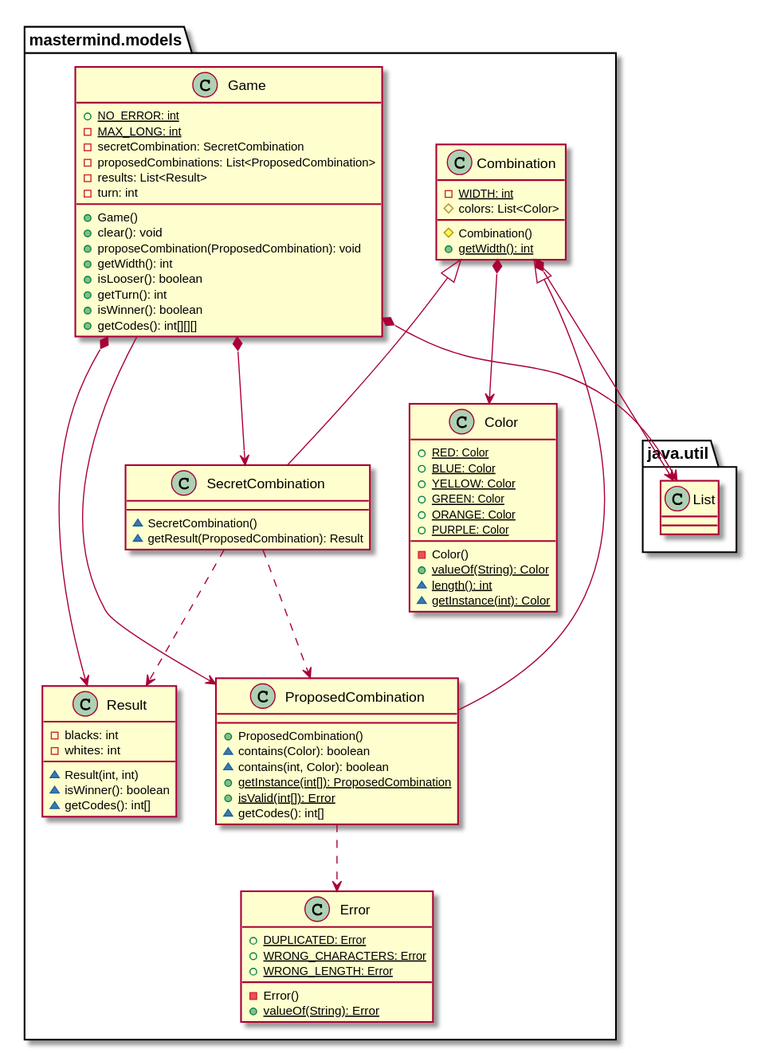
The PlantUML diagram docs/build/docs/asciidoc/images/paqueteMastermindModel.svg in amartinm82/mastermind, before a commit. Source of this version:
```plantuml
@startuml

class  mastermind.models.Color{
+ {static} RED: Color
+ {static} BLUE: Color
+ {static} YELLOW: Color
+ {static} GREEN: Color
+ {static} ORANGE: Color
+ {static} PURPLE: Color
- Color()
+ {static} valueOf(String): Color
~ {static} length(): int
~ {static} getInstance(int): Color
}

class  mastermind.models.Combination{
- {static} WIDTH: int
# colors: List<Color>
# Combination()
+ {static} getWidth(): int
}
mastermind.models.Combination *-down-> java.util.List
mastermind.models.Combination *-down-> mastermind.models.Color

class  mastermind.models.Error{
+ {static} DUPLICATED: Error
+ {static} WRONG_CHARACTERS: Error
+ {static} WRONG_LENGTH: Error
- Error()
+ {static} valueOf(String): Error
}

class  mastermind.models.Game{
+ {static} NO_ERROR: int
- {static} MAX_LONG: int
- secretCombination: SecretCombination
- proposedCombinations: List<ProposedCombination>
- results: List<Result>
- turn: int
+ Game()
+ clear(): void
+ proposeCombination(ProposedCombination): void
+ getWidth(): int
+ isLooser(): boolean
+ getTurn(): int
+ isWinner(): boolean
+ getCodes(): int[][][]
}
mastermind.models.Game *-down-> java.util.List
mastermind.models.Game *-down-> mastermind.models.SecretCombination
mastermind.models.Game *-down-> mastermind.models.Result
mastermind.models.Game --> mastermind.models.ProposedCombination

class  mastermind.models.ProposedCombination{
+ ProposedCombination()
~ contains(Color): boolean
~ contains(int, Color): boolean
+ {static} getInstance(int[]): ProposedCombination
+ {static} isValid(int[]): Error
~ getCodes(): int[]
}
mastermind.models.Combination <|-down- mastermind.models.ProposedCombination
mastermind.models.ProposedCombination ..> mastermind.models.Error

class  mastermind.models.Result{
- blacks: int
- whites: int
~ Result(int, int)
~ isWinner(): boolean
~ getCodes(): int[]
}

class  mastermind.models.SecretCombination{
~ SecretCombination()
~ getResult(ProposedCombination): Result
}
mastermind.models.Combination <|-down- mastermind.models.SecretCombination
mastermind.models.SecretCombination ..> mastermind.models.Result
mastermind.models.SecretCombination ..> mastermind.models.ProposedCombination

@enduml
```
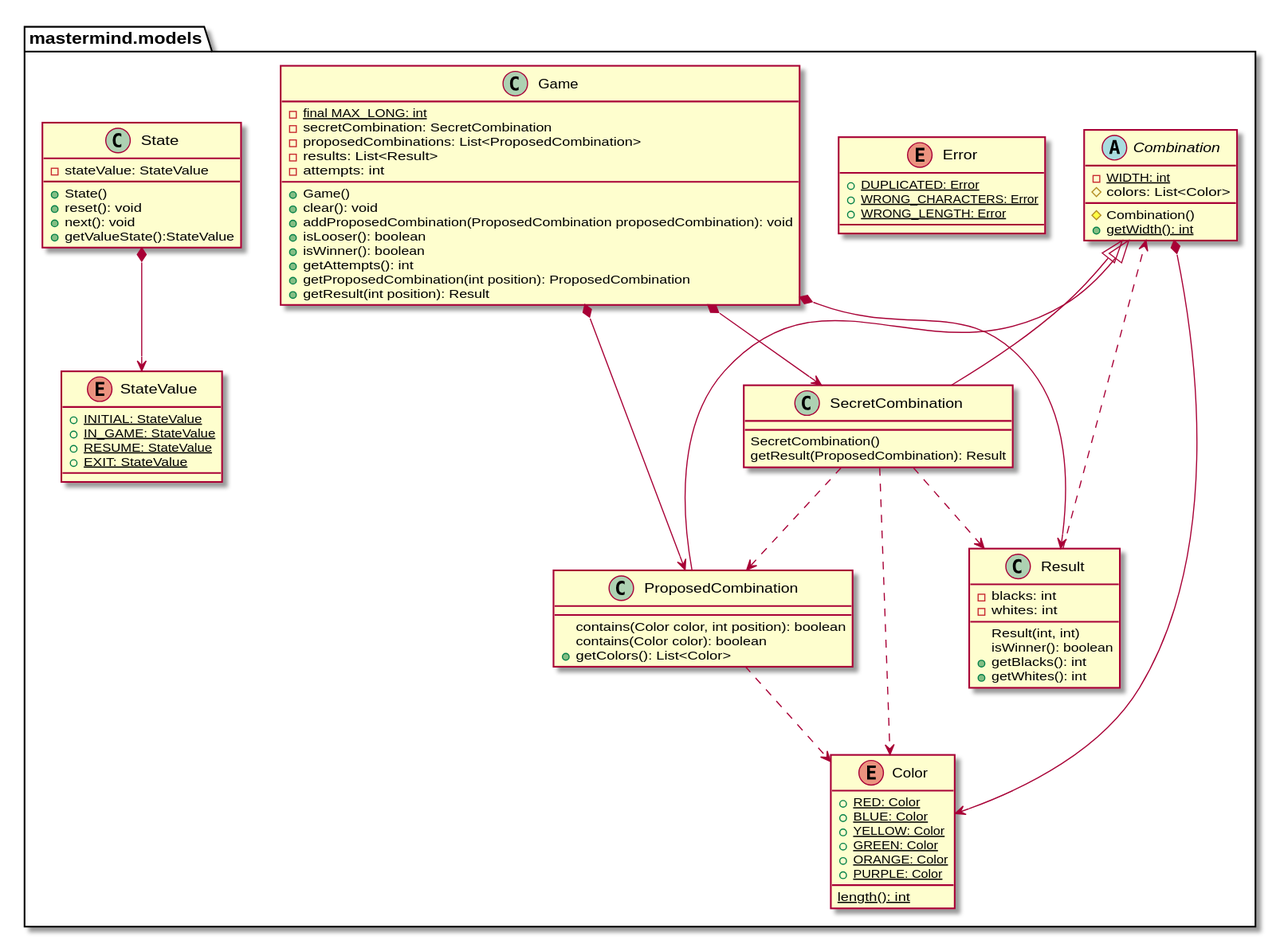
After the change.

The edit, as a diff of the source:
```diff
@@ -1,81 +1,90 @@
 @startuml
 
-class  mastermind.models.Color{
+enum mastermind.models.Color{
 + {static} RED: Color
 + {static} BLUE: Color
 + {static} YELLOW: Color
 + {static} GREEN: Color
 + {static} ORANGE: Color
 + {static} PURPLE: Color
-- Color()
-+ {static} valueOf(String): Color
-~ {static} length(): int
-~ {static} getInstance(int): Color
+{static} length(): int
 }
 
-class  mastermind.models.Combination{
+abstract class mastermind.models.Combination{
 - {static} WIDTH: int
 # colors: List<Color>
 # Combination()
 + {static} getWidth(): int
 }
-mastermind.models.Combination *-down-> java.util.List
 mastermind.models.Combination *-down-> mastermind.models.Color
 
-class  mastermind.models.Error{
+enum mastermind.models.Error{
 + {static} DUPLICATED: Error
 + {static} WRONG_CHARACTERS: Error
 + {static} WRONG_LENGTH: Error
-- Error()
-+ {static} valueOf(String): Error
 }
 
 class  mastermind.models.Game{
-+ {static} NO_ERROR: int
-- {static} MAX_LONG: int
+- {static} final MAX_LONG: int
 - secretCombination: SecretCombination
 - proposedCombinations: List<ProposedCombination>
 - results: List<Result>
-- turn: int
+- attempts: int
 + Game()
 + clear(): void
-+ proposeCombination(ProposedCombination): void
-+ getWidth(): int
++ addProposedCombination(ProposedCombination proposedCombination): void
 + isLooser(): boolean
-+ getTurn(): int
 + isWinner(): boolean
-+ getCodes(): int[][][]
++ getAttempts(): int
++ getProposedCombination(int position): ProposedCombination
++ getResult(int position): Result
 }
-mastermind.models.Game *-down-> java.util.List
 mastermind.models.Game *-down-> mastermind.models.SecretCombination
 mastermind.models.Game *-down-> mastermind.models.Result
-mastermind.models.Game --> mastermind.models.ProposedCombination
+mastermind.models.Game *-down-> mastermind.models.ProposedCombination
 
-class  mastermind.models.ProposedCombination{
-+ ProposedCombination()
-~ contains(Color): boolean
-~ contains(int, Color): boolean
-+ {static} getInstance(int[]): ProposedCombination
-+ {static} isValid(int[]): Error
-~ getCodes(): int[]
+class  mastermind.models.ProposedCombination extends mastermind.models.Combination {
+contains(Color color, int position): boolean
+contains(Color color): boolean
++ getColors(): List<Color>
 }
-mastermind.models.Combination <|-down- mastermind.models.ProposedCombination
-mastermind.models.ProposedCombination ..> mastermind.models.Error
 
-class  mastermind.models.Result{
+mastermind.models.ProposedCombination .down.> mastermind.models.Color
+
+class mastermind.models.Result{
 - blacks: int
 - whites: int
-~ Result(int, int)
-~ isWinner(): boolean
-~ getCodes(): int[]
+Result(int, int)
+isWinner(): boolean
++ getBlacks(): int
++ getWhites(): int
 }
 
-class  mastermind.models.SecretCombination{
-~ SecretCombination()
-~ getResult(ProposedCombination): Result
+mastermind.models.Result .down.> mastermind.models.Combination
+
+class  mastermind.models.SecretCombination extends mastermind.models.Combination{
+SecretCombination()
+getResult(ProposedCombination): Result
 }
-mastermind.models.Combination <|-down- mastermind.models.SecretCombination
-mastermind.models.SecretCombination ..> mastermind.models.Result
-mastermind.models.SecretCombination ..> mastermind.models.ProposedCombination
 
+mastermind.models.SecretCombination .down.> mastermind.models.Result
+mastermind.models.SecretCombination .down.> mastermind.models.ProposedCombination
+mastermind.models.SecretCombination .down.> mastermind.models.Color
+
+class mastermind.models.State {
+- stateValue: StateValue
++ State()
++ reset(): void
++ next(): void
++ getValueState():StateValue
+}
+
+mastermind.models.State *-down-> mastermind.models.StateValue
+
+enum mastermind.models.StateValue {
++ {static} INITIAL: StateValue
++ {static} IN_GAME: StateValue
++ {static} RESUME: StateValue
++ {static} EXIT: StateValue
+}
 @enduml
```
